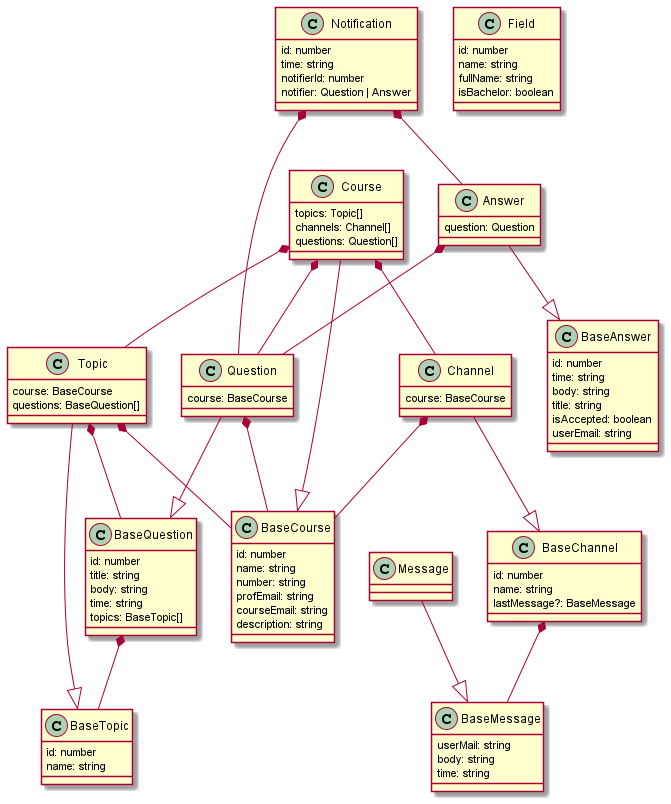
Earlier version of the PlantUML export Diagrams/Class_Diagrams/Frontend_Diagrams/Models.png (Singh-Kiran-P/StuNet). Its diagram source:
```plantuml
@startuml

Notification -[hidden]- Course

class Notification {
    id: number
    time: string
    notifierId: number
    notifier: Question | Answer
}

Notification *-- Question
Notification *-- Answer

class BaseCourse {
    id: number
    name: string
    number: string
    profEmail: string
    courseEmail: string
    description: string
}

class Course {
    topics: Topic[]
    channels: Channel[]
    questions: Question[]
}

Course *-- Topic
Course *-- Channel
Course *-- Question

Course --|> BaseCourse

class BaseChannel {
    id: number
    name: string
    lastMessage?: BaseMessage
}

BaseChannel *-- BaseMessage

class Channel {
    course: BaseCourse
}

Channel *-- BaseCourse

Channel --|> BaseChannel

class BaseMessage {
	userMail: string
	body: string
	time: string
}

class Message {}

Message --|> BaseMessage

class BaseTopic {
    id: number
    name: string
}

class Topic {
    course: BaseCourse
    questions: BaseQuestion[]
}

Topic *-- BaseCourse
Topic *-- BaseQuestion

Topic --|> BaseTopic

class BaseQuestion {
    id: number
    title: string
    body: string
    time: string
    topics: BaseTopic[]
}

BaseQuestion *-- BaseTopic

class Question {
    course: BaseCourse
}

Question *-- BaseCourse

Question --|> BaseQuestion

class BaseAnswer {
    id: number
    time: string
    body: string
    title: string
    isAccepted: boolean
    userEmail: string
}

class Answer {
    question: Question
}

Answer *-- Question

Answer --|> BaseAnswer

class Field {
	id: number
	name: string
	fullName: string
	isBachelor: boolean
}



@enduml
```
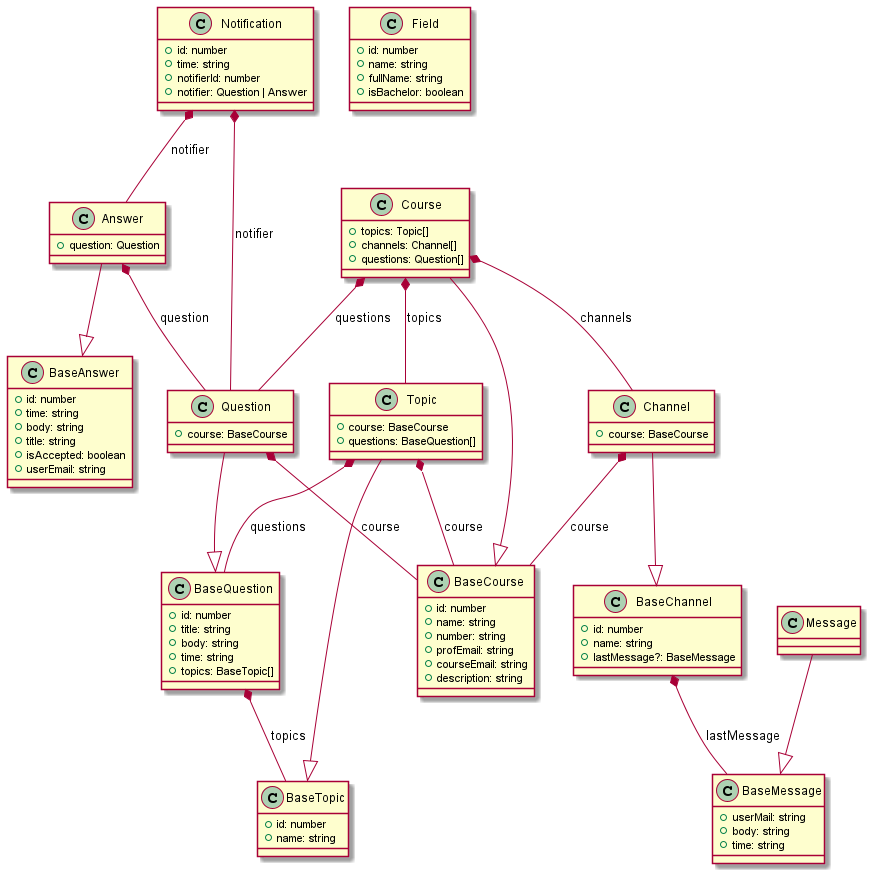
The same file after the commit.

What changed in the source:
```diff
@@ -3,56 +3,56 @@
 Notification -[hidden]- Course
 
 class Notification {
-    id: number
-    time: string
-    notifierId: number
-    notifier: Question | Answer
+    +id: number
+    +time: string
+    +notifierId: number
+    +notifier: Question | Answer
 }
 
-Notification *-- Question
-Notification *-- Answer
+Notification *-- Question: notifier
+Notification *-- Answer: notifier
 
 class BaseCourse {
-    id: number
-    name: string
-    number: string
-    profEmail: string
-    courseEmail: string
-    description: string
+    +id: number
+    +name: string
+    +number: string
+    +profEmail: string
+    +courseEmail: string
+    +description: string
 }
 
 class Course {
-    topics: Topic[]
-    channels: Channel[]
-    questions: Question[]
+    +topics: Topic[]
+    +channels: Channel[]
+    +questions: Question[]
 }
 
-Course *-- Topic
-Course *-- Channel
-Course *-- Question
+Course *-- Topic: topics
+Course *-- Channel: channels
+Course *-- Question: questions
 
 Course --|> BaseCourse
 
 class BaseChannel {
-    id: number
-    name: string
-    lastMessage?: BaseMessage
+    +id: number
+    +name: string
+    +lastMessage?: BaseMessage
 }
 
-BaseChannel *-- BaseMessage
+BaseChannel *-- BaseMessage: lastMessage
 
 class Channel {
-    course: BaseCourse
+    +course: BaseCourse
 }
 
-Channel *-- BaseCourse
+Channel *-- BaseCourse: course
 
 Channel --|> BaseChannel
 
 class BaseMessage {
-	userMail: string
-	body: string
-	time: string
+	+userMail: string
+	+body: string
+	+time: string
 }
 
 class Message {}
@@ -60,62 +60,60 @@
 Message --|> BaseMessage
 
 class BaseTopic {
-    id: number
-    name: string
+    +id: number
+    +name: string
 }
 
 class Topic {
-    course: BaseCourse
-    questions: BaseQuestion[]
+    +course: BaseCourse
+    +questions: BaseQuestion[]
 }
 
-Topic *-- BaseCourse
-Topic *-- BaseQuestion
+Topic *-- BaseCourse: course
+Topic *-- BaseQuestion: questions
 
 Topic --|> BaseTopic
 
 class BaseQuestion {
-    id: number
-    title: string
-    body: string
-    time: string
-    topics: BaseTopic[]
+    +id: number
+    +title: string
+    +body: string
+    +time: string
+    +topics: BaseTopic[]
 }
 
-BaseQuestion *-- BaseTopic
+BaseQuestion *-- BaseTopic: topics
 
 class Question {
-    course: BaseCourse
+    +course: BaseCourse
 }
 
-Question *-- BaseCourse
+Question *-- BaseCourse: course
 
 Question --|> BaseQuestion
 
 class BaseAnswer {
-    id: number
-    time: string
-    body: string
-    title: string
-    isAccepted: boolean
-    userEmail: string
+    +id: number
+    +time: string
+    +body: string
+    +title: string
+    +isAccepted: boolean
+    +userEmail: string
 }
 
 class Answer {
-    question: Question
+    +question: Question
 }
 
-Answer *-- Question
+Answer *-- Question: question
 
 Answer --|> BaseAnswer
 
 class Field {
-	id: number
-	name: string
-	fullName: string
-	isBachelor: boolean
+	+id: number
+	+name: string
+	+fullName: string
+	+isBachelor: boolean
 }
 
-
-
 @enduml
```
